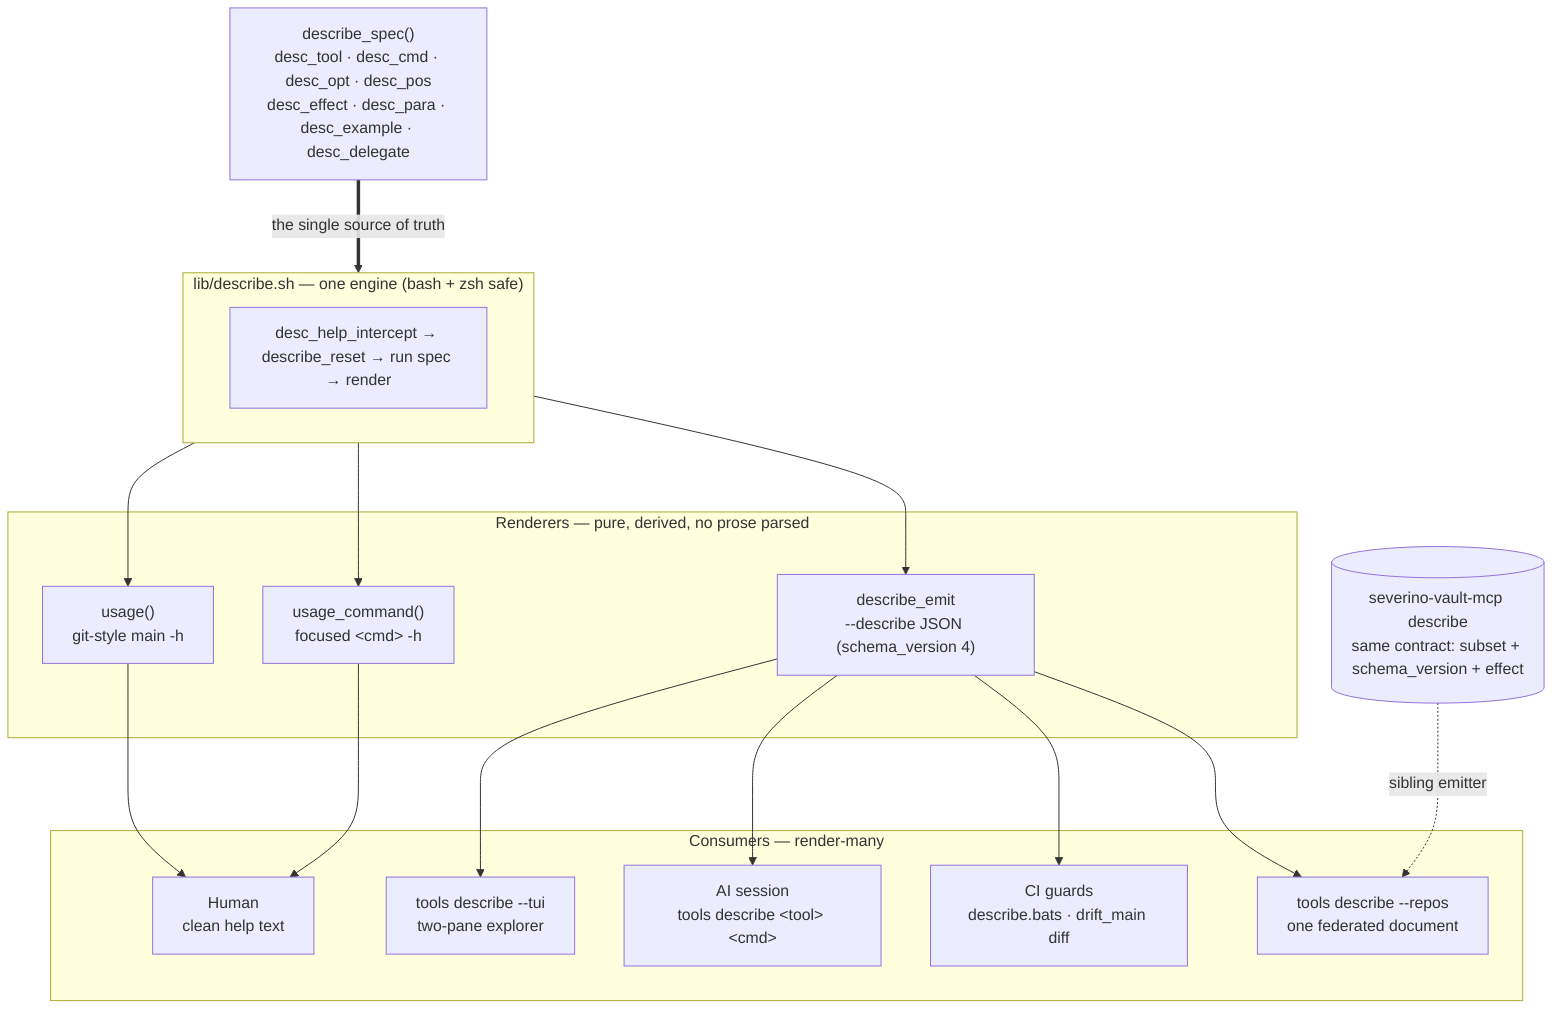
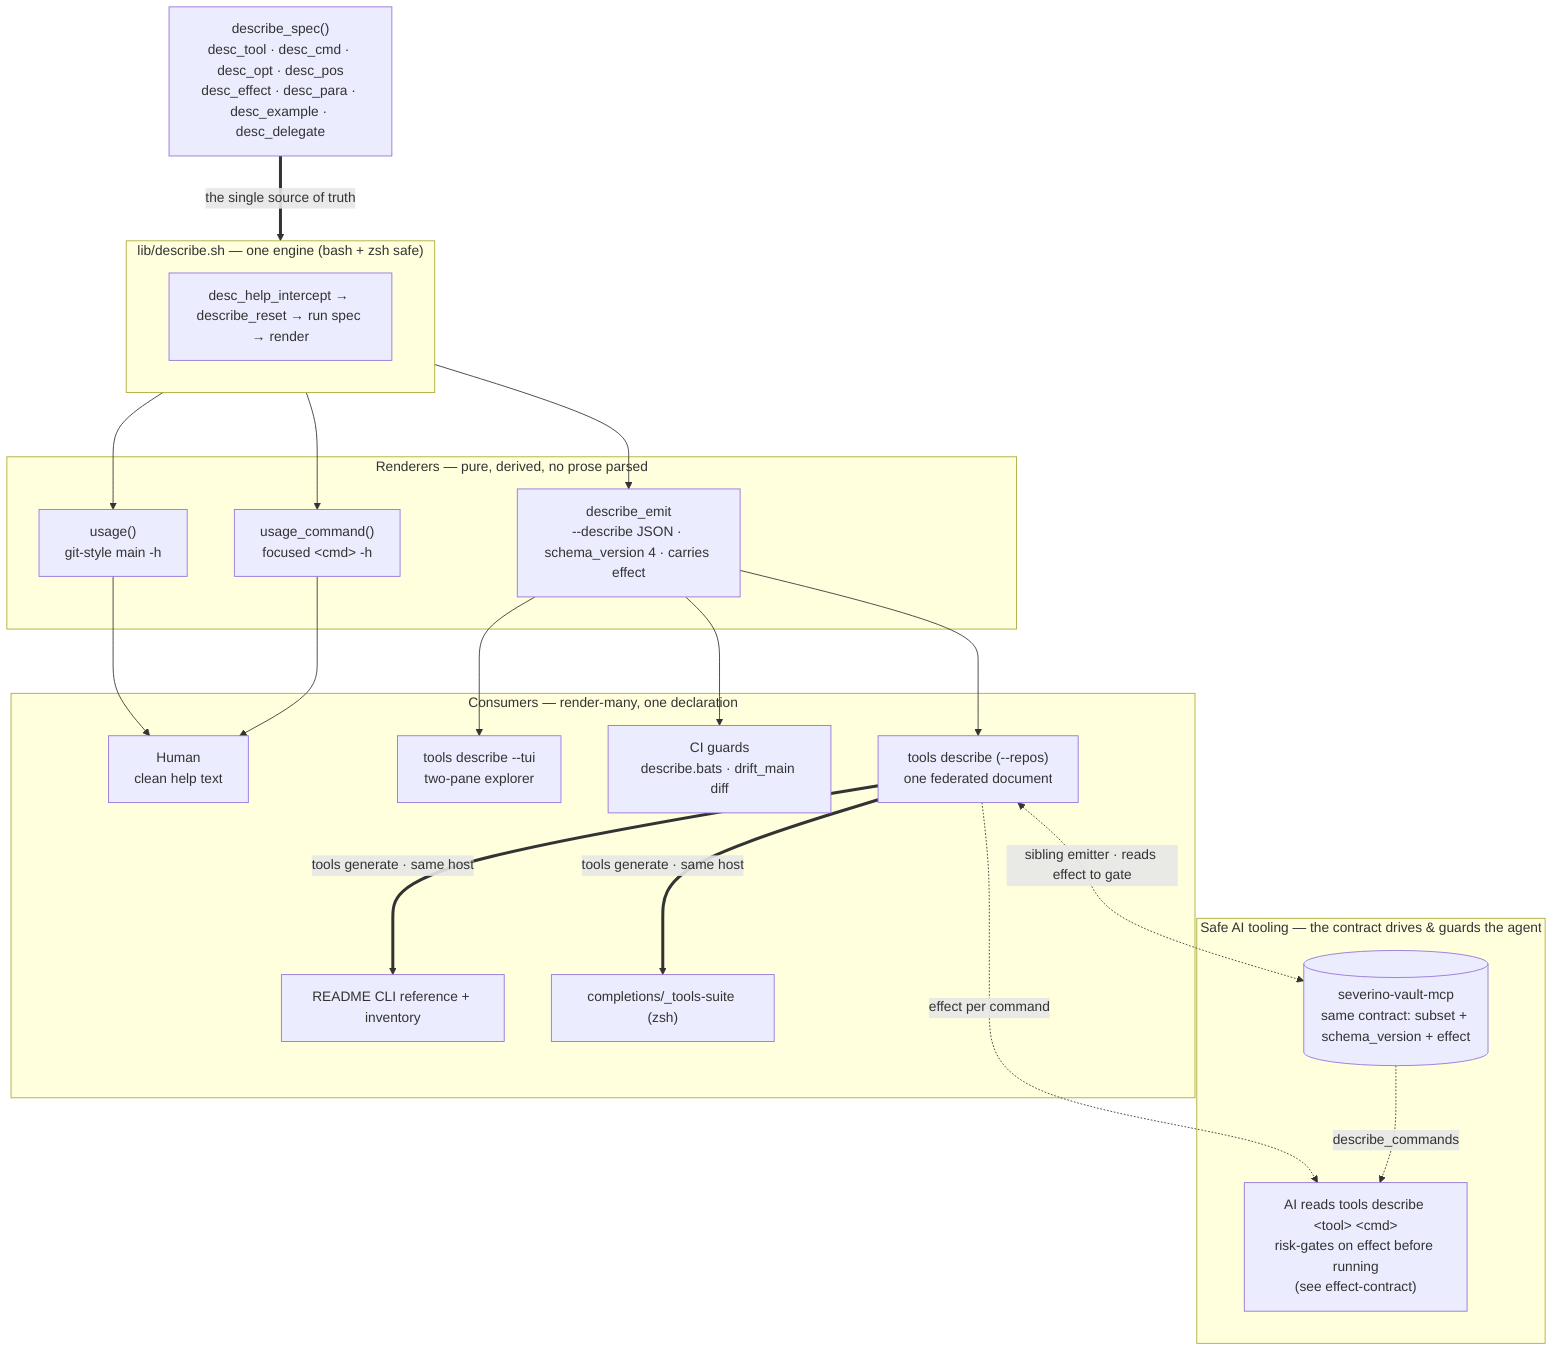
- %%{init: {'flowchart': {'rankSpacing': 70, 'nodeSpacing': 50}}}%%
+ %%{init: {'flowchart': {'rankSpacing': 75, 'nodeSpacing': 55}}}%%
flowchart TB
    spec["describe_spec()<br/>desc_tool · desc_cmd · desc_opt · desc_pos<br/>desc_effect · desc_para · desc_example · desc_delegate"]

    subgraph engine["lib/describe.sh — one engine (bash + zsh safe)"]
        run["desc_help_intercept → describe_reset → run spec → render"]
    end
- 
    spec ==>|"the single source of truth"| engine

    subgraph renderers["Renderers — pure, derived, no prose parsed"]
        usage["usage()<br/>git-style main -h"]
        focused["usage_command()<br/>focused &lt;cmd&gt; -h"]
-         json["describe_emit<br/>--describe JSON (schema_version 4)"]
+         json["describe_emit<br/>--describe JSON · schema_version 4 · carries effect"]
    end
- 
    engine --> usage
    engine --> focused
    engine --> json

-     subgraph consumers["Consumers — render-many"]
+     subgraph consumers["Consumers — render-many, one declaration"]
        human["Human<br/>clean help text"]
        tui["tools describe --tui<br/>two-pane explorer"]
-         ai["AI session<br/>tools describe &lt;tool&gt; &lt;cmd&gt;"]
        guards["CI guards<br/>describe.bats · drift_main diff"]
-         fed["tools describe --repos<br/>one federated document"]
+         readme["README CLI reference + inventory"]
+         comp["completions/_tools-suite (zsh)"]
+         fed["tools describe (--repos)<br/>one federated document"]
    end
- 
    usage --> human
    focused --> human
    json --> tui
-     json --> ai
    json --> guards
    json --> fed
+     fed ==>|"tools generate · same host"| readme
+     fed ==>|"tools generate · same host"| comp

-     mcp[("severino-vault-mcp describe<br/>same contract: subset + schema_version + effect")]
-     mcp -.->|"sibling emitter"| fed
+     subgraph safe["Safe AI tooling — the contract drives &amp; guards the agent"]
+         ai["AI reads tools describe &lt;tool&gt; &lt;cmd&gt;<br/>risk-gates on effect before running<br/>(see effect-contract)"]
+         mcp[("severino-vault-mcp<br/>same contract: subset + schema_version + effect")]
+     end
+     fed <-.->|"sibling emitter · reads effect to gate"| mcp
+     fed -.->|"effect per command"| ai
+     mcp -.->|"describe_commands"| ai
